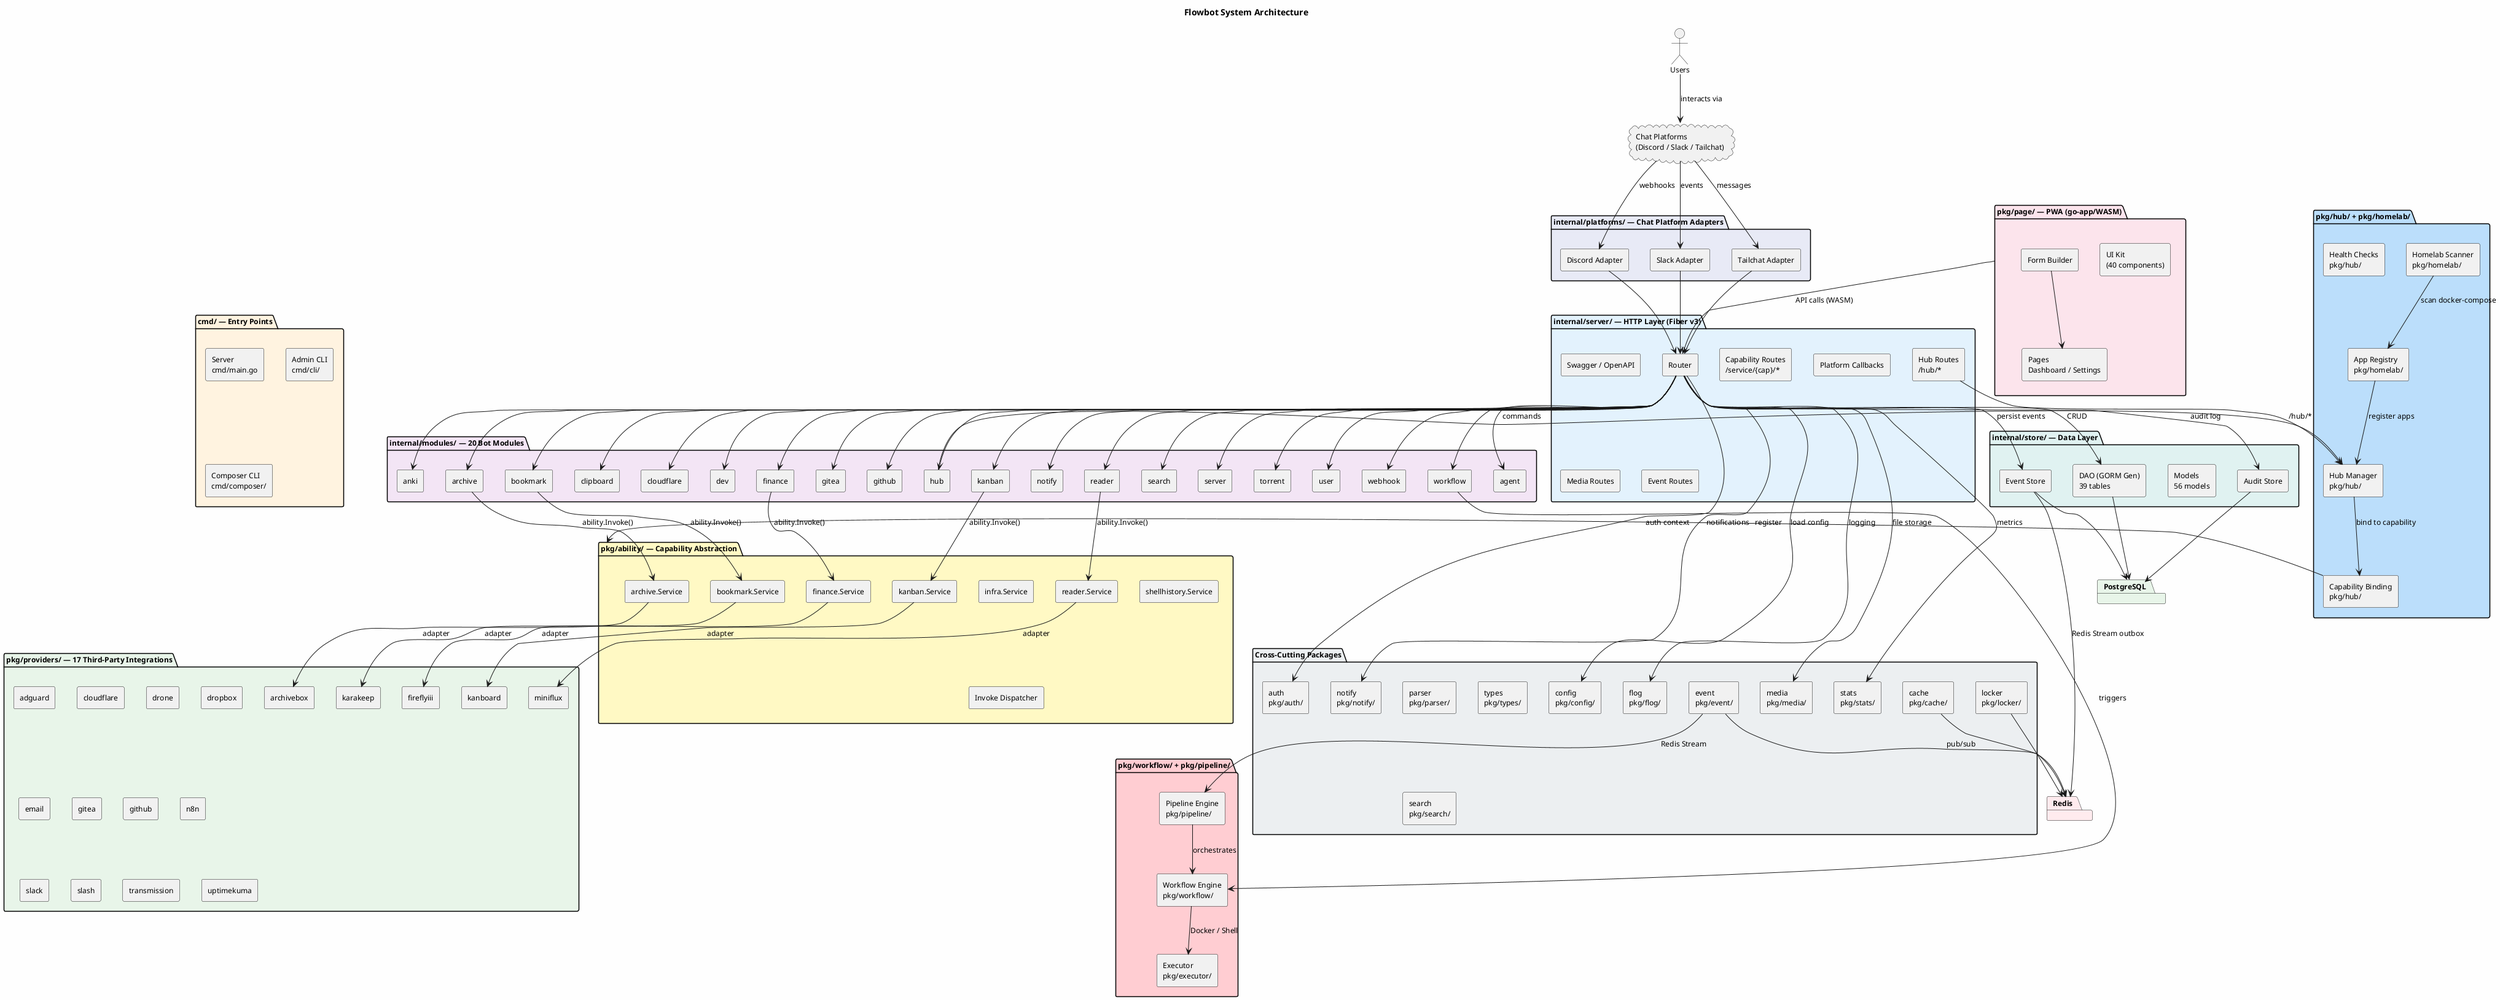
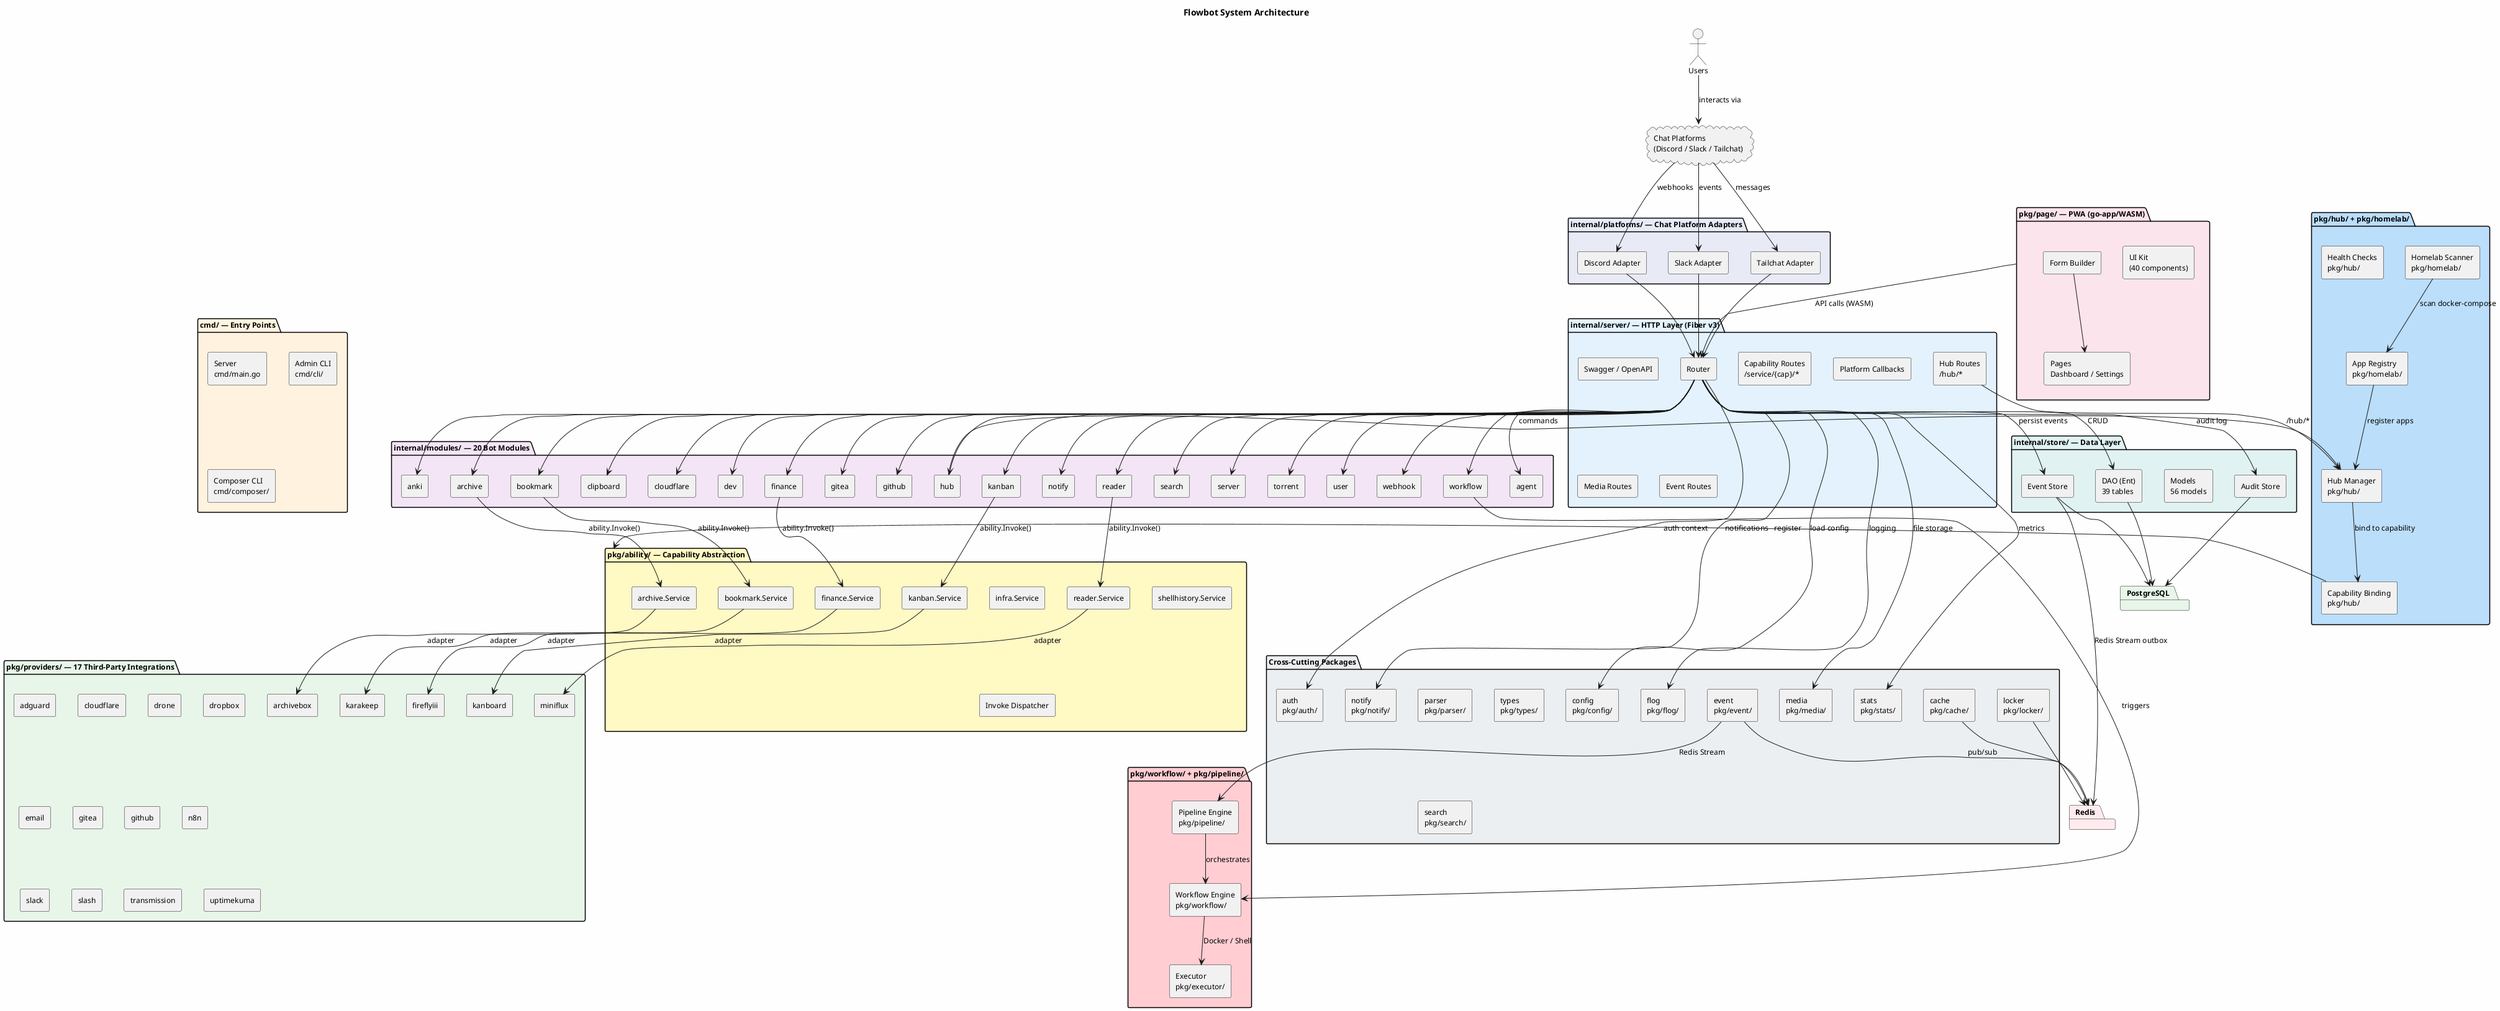
@startuml Flowbot Architecture
' =============================================================================
' Flowbot System Architecture — Component Diagram
' =============================================================================

skinparam componentStyle rectangle
skinparam backgroundColor #FEFEFE
skinparam defaultFontSize 12

title Flowbot System Architecture

' =============================================================================
' External
' =============================================================================
actor "Users" as Users
cloud "Chat Platforms\n(Discord / Slack / Tailchat)" as ChatCloud

package "PostgreSQL" as PostgreSQL #E8F5E9
package "Redis" as Redis #FFEBEE

' =============================================================================
' Entry Points
' =============================================================================
package "cmd/ — Entry Points" as EntryPoints #FFF3E0 {
  [Server\ncmd/main.go] as ServerEntry
  [Admin CLI\ncmd/cli/] as AdminCLI
  [Composer CLI\ncmd/composer/] as ComposerCLI
}

' =============================================================================
' Server Layer
' =============================================================================
package "internal/server/ — HTTP Layer (Fiber v3)" as ServerLayer #E3F2FD {
  [Router] as Router
  [Capability Routes\n/service/{cap}/*] as CapRoutes
  [Hub Routes\n/hub/*] as HubRoutes
  [Platform Callbacks] as PlatformRoutes
  [Swagger / OpenAPI] as Swagger
  [Media Routes] as MediaRoutes
  [Event Routes] as EventRoutes
}

' =============================================================================
' Platform Layer
' =============================================================================
package "internal/platforms/ — Chat Platform Adapters" as PlatformLayer #E8EAF6 {
  [Discord Adapter] as Discord
  [Slack Adapter] as SlackAdapter
  [Tailchat Adapter] as TailchatAdapter
}

' =============================================================================
' Bot Modules
' =============================================================================
package "internal/modules/ — 20 Bot Modules" as BotModules #F3E5F5 {
  [agent] as AgentMod
  [anki] as AnkiMod
  [archive] as ArchiveMod
  [bookmark] as BookmarkMod
  [clipboard] as ClipboardMod
  [cloudflare] as CloudflareMod
  [dev] as DevMod
  [finance] as FinanceMod
  [gitea] as GiteaMod
  [github] as GitHubMod
  [hub] as HubMod
  [kanban] as KanbanMod
  [notify] as NotifyMod
  [reader] as ReaderMod
  [search] as SearchMod
  [server] as ServerMod
  [torrent] as TorrentMod
  [user] as UserMod
  [webhook] as WebhookMod
  [workflow] as WorkflowMod
}

' =============================================================================
' Capability / Ability Layer
' =============================================================================
package "pkg/ability/ — Capability Abstraction" as AbilityLayer #FFF9C4 {
  [bookmark.Service] as BookmarkAbility
  [archive.Service] as ArchiveAbility
  [reader.Service] as ReaderAbility
  [kanban.Service] as KanbanAbility
  [finance.Service] as FinanceAbility
  [infra.Service] as InfraAbility
  [shellhistory.Service] as ShellAbility
  [Invoke Dispatcher] as Invoke
}

' =============================================================================
' Provider Layer
' =============================================================================
package "pkg/providers/ — 17 Third-Party Integrations" as ProviderLayer #E8F5E9 {
  [adguard] as AdGuardP
  [archivebox] as ArchiveBox
  [cloudflare] as CloudflareP
  [drone] as DroneCI
  [dropbox] as Dropbox
  [email] as Email
  [fireflyiii] as FireflyIII
  [gitea] as GiteaP
  [github] as GitHubP
  [kanboard] as Kanboard
  [karakeep] as Karakeep
  [miniflux] as Miniflux
  [n8n] as N8N
  [slack] as SlackP
  [slash] as Slash
  [transmission] as Transmission
  [uptimekuma] as UptimeKuma
}

' =============================================================================
' Workflow / Pipeline
' =============================================================================
package "pkg/workflow/ + pkg/pipeline/" as WorkflowPipeline #FFCDD2 {
  [Workflow Engine\npkg/workflow/] as WorkflowEngine
  [Pipeline Engine\npkg/pipeline/] as PipelineEngine
  [Executor\npkg/executor/] as Executor
}

' =============================================================================
' Hub / Homelab
' =============================================================================
package "pkg/hub/ + pkg/homelab/" as HubHomelab #BBDEFB {
  [Homelab Scanner\npkg/homelab/] as HomelabScanner
  [App Registry\npkg/homelab/] as AppRegistry
  [Hub Manager\npkg/hub/] as HubManager
  [Health Checks\npkg/hub/] as HealthChecks
  [Capability Binding\npkg/hub/] as CapBinding
}

' =============================================================================
' Cross-Cutting
' =============================================================================
package "Cross-Cutting Packages" as CrossCutting #ECEFF1 {
  [auth\npkg/auth/] as Auth
  [notify\npkg/notify/] as Notify
  [event\npkg/event/] as Event
  [parser\npkg/parser/] as Parser
  [config\npkg/config/] as Config
  [flog\npkg/flog/] as Flog
  [types\npkg/types/] as Types
  [cache\npkg/cache/] as Cache
  [locker\npkg/locker/] as Locker
  [media\npkg/media/] as Media
  [search\npkg/search/] as Search
  [stats\npkg/stats/] as Stats
}

' =============================================================================
' Frontend
' =============================================================================
package "pkg/page/ — PWA (go-app/WASM)" as Frontend #FCE4EC {
  [UI Kit\n(40 components)] as UIKit
  [Pages\nDashboard / Settings] as Pages
  [Form Builder] as FormBuilder
}

' =============================================================================
' Storage
' =============================================================================
package "internal/store/ — Data Layer" as StoreLayer #E0F2F1 {
-   [DAO (GORM Gen)\n39 tables] as DAO
+   [DAO (Ent)\n39 tables] as DAO
  [Models\n56 models] as Models
  [Event Store] as EventStore
  [Audit Store] as AuditStore
}

' =============================================================================
' Connections — User → Platform → Server
' =============================================================================
Users --> ChatCloud : interacts via
ChatCloud --> Discord : webhooks
ChatCloud --> SlackAdapter : events
ChatCloud --> TailchatAdapter : messages
Discord --> Router
SlackAdapter --> Router
TailchatAdapter --> Router

' =============================================================================
' Connections — Server → Modules
' =============================================================================
Router --> AgentMod
Router --> AnkiMod
Router --> ArchiveMod
Router --> BookmarkMod
Router --> ClipboardMod
Router --> CloudflareMod
Router --> DevMod
Router --> FinanceMod
Router --> GiteaMod
Router --> GitHubMod
Router --> HubMod
Router --> KanbanMod
Router --> NotifyMod
Router --> ReaderMod
Router --> SearchMod
Router --> ServerMod
Router --> TorrentMod
Router --> UserMod
Router --> WebhookMod
Router --> WorkflowMod

' =============================================================================
' Connections — Module → Ability → Provider
' =============================================================================
BookmarkMod --> BookmarkAbility : ability.Invoke()
ArchiveMod --> ArchiveAbility : ability.Invoke()
ReaderMod --> ReaderAbility : ability.Invoke()
KanbanMod --> KanbanAbility : ability.Invoke()
FinanceMod --> FinanceAbility : ability.Invoke()

BookmarkAbility --> Karakeep : adapter
ArchiveAbility --> ArchiveBox : adapter
ReaderAbility --> Miniflux : adapter
KanbanAbility --> Kanboard : adapter
FinanceAbility --> FireflyIII : adapter

' =============================================================================
' Connections — Workflow / Pipeline
' =============================================================================
WorkflowMod --> WorkflowEngine : triggers
WorkflowEngine --> Executor : Docker / Shell
PipelineEngine --> WorkflowEngine : orchestrates
Event --> PipelineEngine : Redis Stream

' =============================================================================
' Connections — Hub / Homelab
' =============================================================================
HomelabScanner --> AppRegistry : scan docker-compose
AppRegistry --> HubManager : register apps
HubManager --> CapBinding : bind to capability
CapBinding --> AbilityLayer : register
HubMod --> HubManager : commands
HubRoutes --> HubManager : /hub/*

' =============================================================================
' Connections — Storage
' =============================================================================
Router --> DAO : CRUD
Router --> EventStore : persist events
Router --> AuditStore : audit log
EventStore --> PostgreSQL
EventStore --> Redis : Redis Stream outbox
DAO --> PostgreSQL
AuditStore --> PostgreSQL
Event --> Redis : pub/sub
Cache --> Redis
Locker --> Redis

' =============================================================================
' Cross-cutting
' =============================================================================
Router --> Auth : auth context
Router --> Notify : notifications
Router --> Config : load config
Router --> Flog : logging
Router --> Stats : metrics
Router --> Media : file storage

' =============================================================================
' Frontend
' =============================================================================
Frontend --> Router : API calls (WASM)
FormBuilder --> Pages

@enduml
